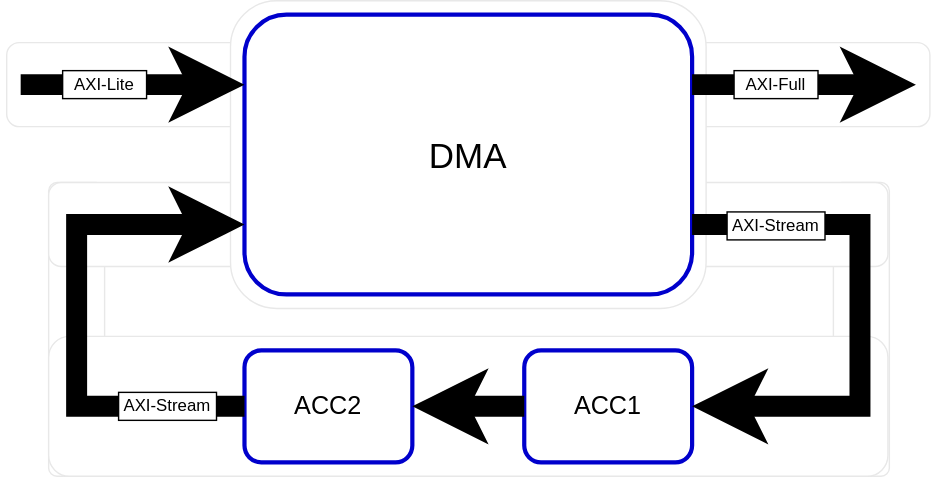
This is images/dma-example.svg from rodrigomelo9/amba, a draw.io export, as it was before one commit. Source tidied: cells renumbered, new cells last; positions are measured from the earlier drawing's top-left corner, leaving out a move shared by most shapes.
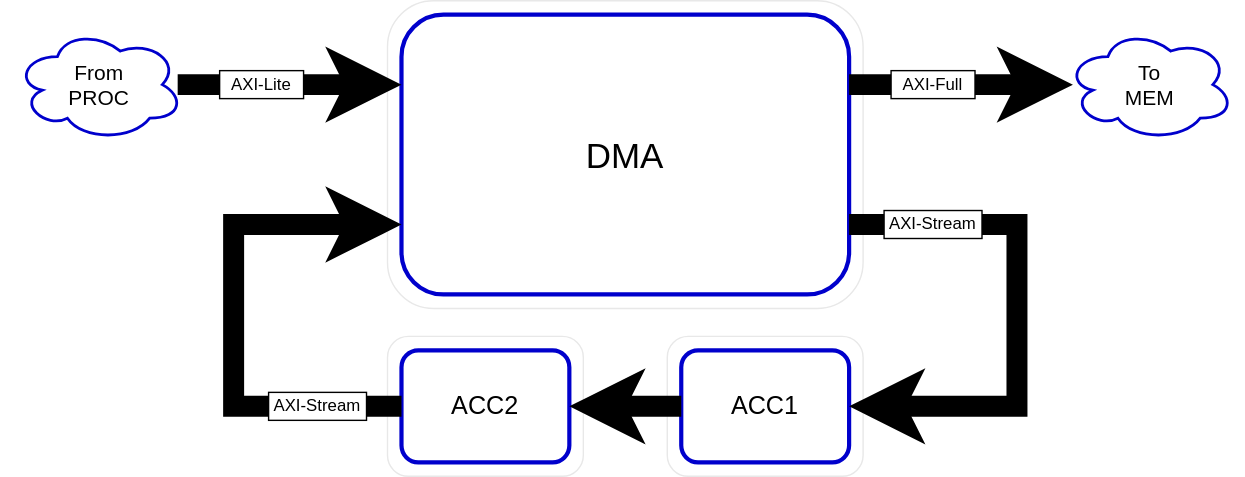
After the change.

Commit message:
Improved dma-example.*

Diff of the diagram source:
```diff
@@ -2,20 +2,64 @@
   <root>
     <mxCell id="0" />
     <mxCell id="1" parent="0" />
-    <mxCell id="2" style="rounded=1;whiteSpace=wrap;html=1;strokeColor=#E8E8E8;" parent="1" vertex="1">
-      <mxGeometry x="30" y="130" width="40" height="210" as="geometry" />
-    </mxCell>
-    <mxCell id="3" style="rounded=1;whiteSpace=wrap;html=1;strokeColor=#E8E8E8;" parent="1" vertex="1">
-      <mxGeometry x="591" y="130" width="40" height="210" as="geometry" />
-    </mxCell>
-    <mxCell id="4" style="rounded=1;whiteSpace=wrap;html=1;strokeColor=#E8E8E8;" parent="1" vertex="1">
-      <mxGeometry y="30" width="660" height="60" as="geometry" />
-    </mxCell>
-    <mxCell id="5" style="rounded=1;whiteSpace=wrap;html=1;strokeColor=#E8E8E8;" parent="1" vertex="1">
-      <mxGeometry x="30" y="130" width="600" height="60" as="geometry" />
-    </mxCell>
+    <mxCell id="20" style="ellipse;shape=cloud;whiteSpace=wrap;html=1;strokeColor=none;strokeWidth=2;" parent="1" vertex="1">
+      <mxGeometry x="636" y="9" width="136" height="100" as="geometry" />
+    </mxCell>
+    <mxCell id="21" style="ellipse;shape=cloud;whiteSpace=wrap;html=1;strokeColor=none;strokeWidth=2;" parent="1" vertex="1">
+      <mxGeometry x="-115" y="10" width="136" height="100" as="geometry" />
+    </mxCell>
+    <mxCell id="22" style="endArrow=none;html=1;rounded=0;strokeColor=#FFFFFF;strokeWidth=25;" parent="1" edge="1">
+      <mxGeometry relative="1" as="geometry">
+        <mxPoint x="490" y="160" as="sourcePoint" />
+        <mxPoint x="610" y="300" as="targetPoint" />
+        <Array as="points">
+          <mxPoint x="610" y="160" />
+        </Array>
+      </mxGeometry>
+    </mxCell>
+    <mxCell id="23" style="endArrow=classic;html=1;rounded=0;entryX=0;entryY=0.25;entryDx=0;entryDy=0;strokeWidth=25;strokeColor=#FFFFFF;" parent="1" edge="1">
+      <mxGeometry relative="1" as="geometry">
+        <mxPoint x="620" y="289.6" as="sourcePoint" />
+        <mxPoint x="474" y="290.1" as="targetPoint" />
+      </mxGeometry>
+    </mxCell>
+    <mxCell id="24" style="endArrow=classic;html=1;rounded=0;entryX=0;entryY=0.25;entryDx=0;entryDy=0;strokeWidth=25;strokeColor=#FFFFFF;" parent="1" edge="1">
+      <mxGeometry relative="1" as="geometry">
+        <mxPoint x="418" y="289.6" as="sourcePoint" />
+        <mxPoint x="272" y="290.1" as="targetPoint" />
+      </mxGeometry>
+    </mxCell>
+    <mxCell id="25" style="endArrow=none;html=1;rounded=0;entryX=0;entryY=0.5;entryDx=0;entryDy=0;strokeColor=#FFFFFF;strokeWidth=25;" parent="1" edge="1" target="9">
+      <mxGeometry relative="1" as="geometry">
+        <mxPoint x="50" y="150" as="sourcePoint" />
+        <Array as="points">
+          <mxPoint x="50" y="290" />
+        </Array>
+      </mxGeometry>
+    </mxCell>
+    <mxCell id="26" style="endArrow=classic;html=1;rounded=0;entryX=0;entryY=0.25;entryDx=0;entryDy=0;strokeWidth=25;strokeColor=#FFFFFF;" parent="1" edge="1">
+      <mxGeometry relative="1" as="geometry">
+        <mxPoint x="40" y="161" as="sourcePoint" />
+        <mxPoint x="186" y="160.5" as="targetPoint" />
+      </mxGeometry>
+    </mxCell>
+    <mxCell id="27" style="endArrow=classic;html=1;rounded=0;entryX=0;entryY=0.25;entryDx=0;entryDy=0;strokeWidth=25;strokeColor=#FFFFFF;" parent="1" edge="1">
+      <mxGeometry relative="1" as="geometry">
+        <mxPoint x="480" y="60" as="sourcePoint" />
+        <mxPoint x="666" y="59.5" as="targetPoint" />
+      </mxGeometry>
+    </mxCell>
+    <mxCell id="28" style="endArrow=classic;html=1;rounded=0;entryX=0;entryY=0.25;entryDx=0;entryDy=0;strokeWidth=25;strokeColor=#FFFFFF;" parent="1" edge="1">
+      <mxGeometry relative="1" as="geometry">
+        <mxPoint y="60" as="sourcePoint" />
+        <mxPoint x="186" y="59.5" as="targetPoint" />
+      </mxGeometry>
+    </mxCell>
+    <mxCell id="29" style="rounded=1;whiteSpace=wrap;html=1;strokeColor=#E8E8E8;" parent="1" vertex="1">
+      <mxGeometry x="360" y="240" width="140" height="100" as="geometry" />
+    </mxCell>
     <mxCell id="6" style="rounded=1;whiteSpace=wrap;html=1;strokeColor=#E8E8E8;" parent="1" vertex="1">
-      <mxGeometry x="30" y="240" width="600" height="100" as="geometry" />
+      <mxGeometry x="160" y="240" width="140" height="100" as="geometry" />
     </mxCell>
     <mxCell id="7" style="rounded=1;whiteSpace=wrap;html=1;strokeColor=#E8E8E8;" parent="1" vertex="1">
       <mxGeometry x="160" width="340" height="220" as="geometry" />
@@ -65,10 +109,16 @@
       <mxGeometry x="520" y="50" width="60" height="20" as="geometry" />
     </mxCell>
     <mxCell id="18" value="AXI-Stream" style="rounded=0;whiteSpace=wrap;html=1;" parent="1" vertex="1">
-      <mxGeometry x="80" y="280" width="70" height="20" as="geometry" />
+      <mxGeometry x="75" y="280" width="70" height="20" as="geometry" />
     </mxCell>
     <mxCell id="19" value="AXI-Stream" style="rounded=0;whiteSpace=wrap;html=1;" parent="1" vertex="1">
-      <mxGeometry x="515" y="151" width="70" height="20" as="geometry" />
+      <mxGeometry x="515" y="150" width="70" height="20" as="geometry" />
     </mxCell>
+    <mxCell id="30" value="&lt;font style=&quot;font-size: 15px;&quot;&gt;From&lt;br&gt;PROC&lt;/font&gt;" style="ellipse;shape=cloud;whiteSpace=wrap;html=1;strokeColor=#0000cc;strokeWidth=2;" parent="1" vertex="1">
+      <mxGeometry x="-106" y="20" width="120" height="80" as="geometry" />
+    </mxCell>
+    <mxCell id="31" value="&lt;font style=&quot;font-size: 15px;&quot;&gt;To&lt;br&gt;MEM&lt;/font&gt;" style="ellipse;shape=cloud;whiteSpace=wrap;html=1;strokeColor=#0000cc;strokeWidth=2;" parent="1" vertex="1">
+      <mxGeometry x="645" y="20" width="120" height="80" as="geometry" />
+    </mxCell>
   </root>
 </mxGraphModel>
```
